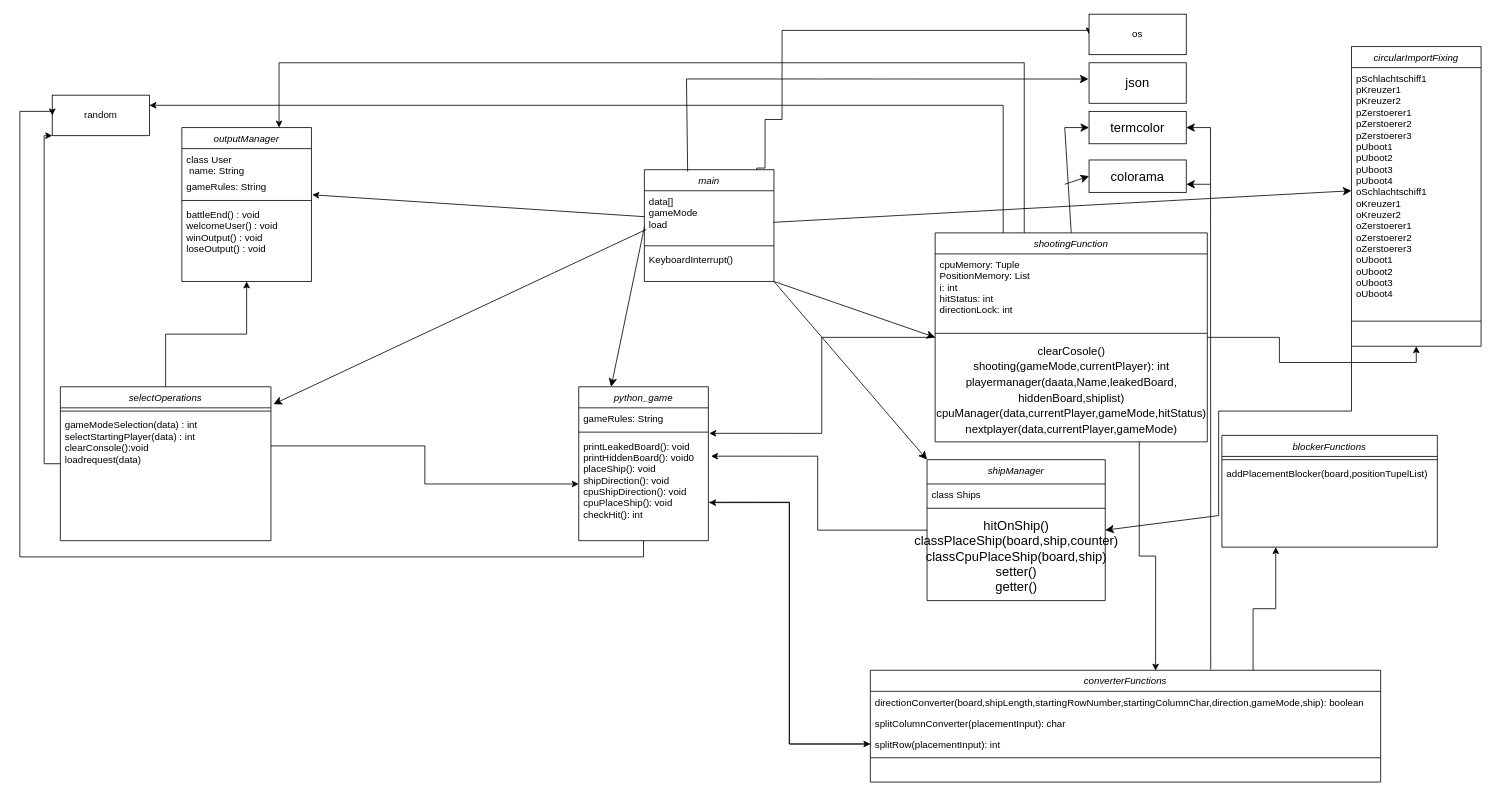
Before: classDiagram.drawio in frederik-junk/Python_FleetBattle, a draw.io diagram. Source tidied: cells renumbered, new cells numbered last; positions are measured from the earlier drawing's top-left corner, leaving out a move shared by most shapes. Both pictures are drawn from the tidied source at 81%, with x=0, y=0 at pixel (19, 14).
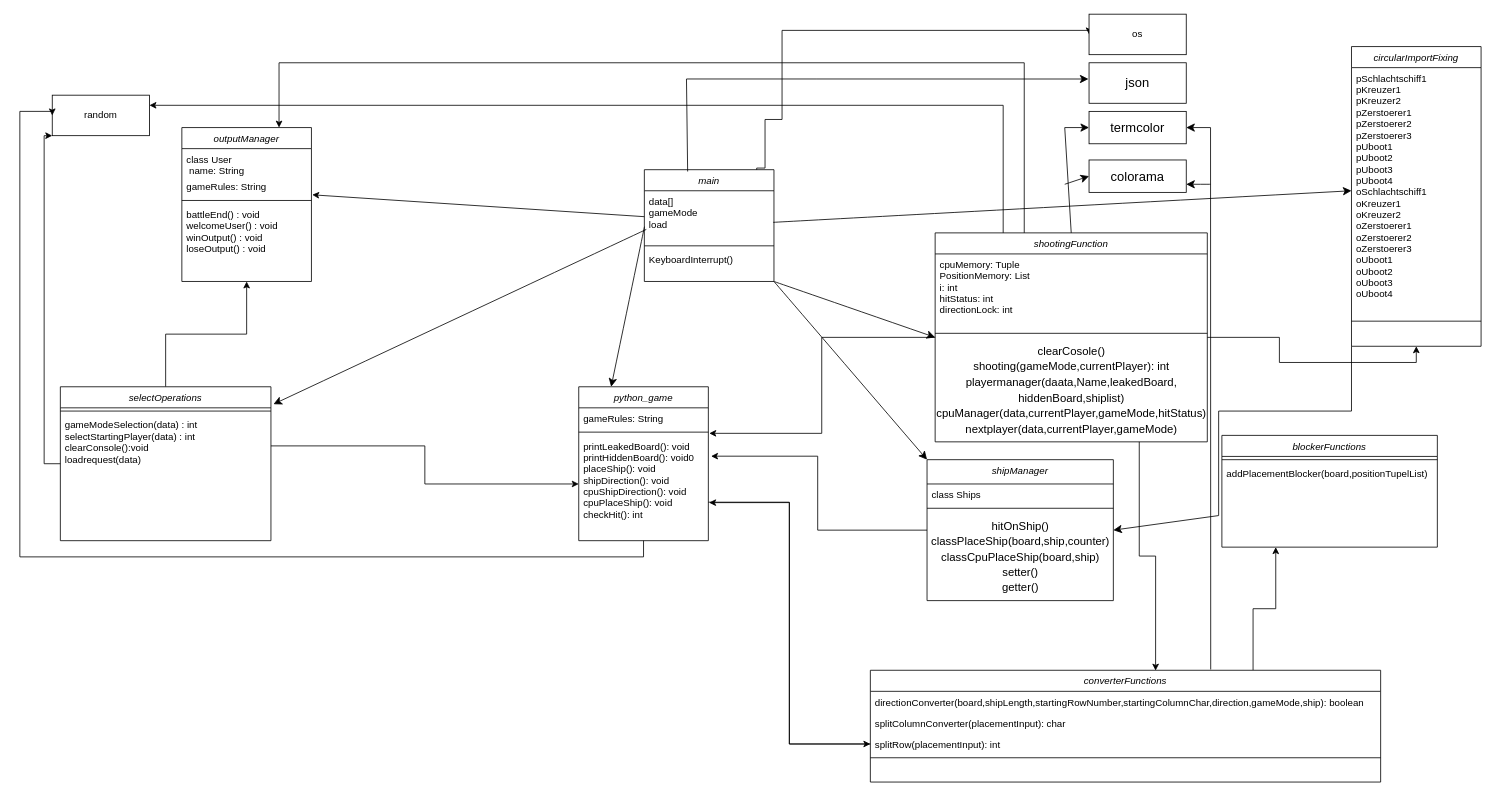
The same diagram, later.

The edit, as a diff of the source:
```diff
@@
     <mxCell id="28" value="shipManager" style="swimlane;fontStyle=2;align=center;verticalAlign=top;horizontal=1;startSize=30;rounded=0;shadow=0;strokeWidth=1;" parent="1" vertex="1">
-      <mxGeometry x="1120" y="550" width="220" height="174" as="geometry" />
+      <mxGeometry x="1120" y="550" width="230" height="174" as="geometry" />
     </mxCell>
     <mxCell id="29" value="class Ships" style="text;align=left;verticalAlign=top;spacingLeft=4;spacingRight=4;overflow=hidden;" parent="28" vertex="1">
-      <mxGeometry y="30" width="220" height="26" as="geometry" />
+      <mxGeometry y="30" width="230" height="26" as="geometry" />
     </mxCell>
     <mxCell id="30" style="line;html=1;strokeWidth=1;align=left;verticalAlign=middle;spacingTop=-1;spacingLeft=3;spacingRight=3;labelPosition=right;" parent="28" vertex="1">
-      <mxGeometry y="56" width="220" height="8" as="geometry" />
+      <mxGeometry y="56" width="230" height="8" as="geometry" />
     </mxCell>
-    <mxCell id="31" value="hitOnShip()&lt;br&gt;classPlaceShip(board,ship,counter)&lt;br&gt;classCpuPlaceShip(board,ship)&lt;br&gt;setter()&lt;br&gt;getter()" style="text;html=1;align=center;verticalAlign=middle;strokeColor=none;fillColor=none;fontSize=16;" parent="28" vertex="1">
-      <mxGeometry y="64" width="220" height="110" as="geometry" />
+    <mxCell id="31" value="&lt;font style=&quot;font-size: 14px;&quot;&gt;hitOnShip()&lt;br&gt;classPlaceShip(board,ship,counter)&lt;br&gt;classCpuPlaceShip(board,ship)&lt;br&gt;setter()&lt;br&gt;getter()&lt;/font&gt;" style="text;html=1;align=center;verticalAlign=middle;strokeColor=none;fillColor=none;fontSize=16;" parent="28" vertex="1">
+      <mxGeometry y="64" width="230" height="110" as="geometry" />
     </mxCell>
```
